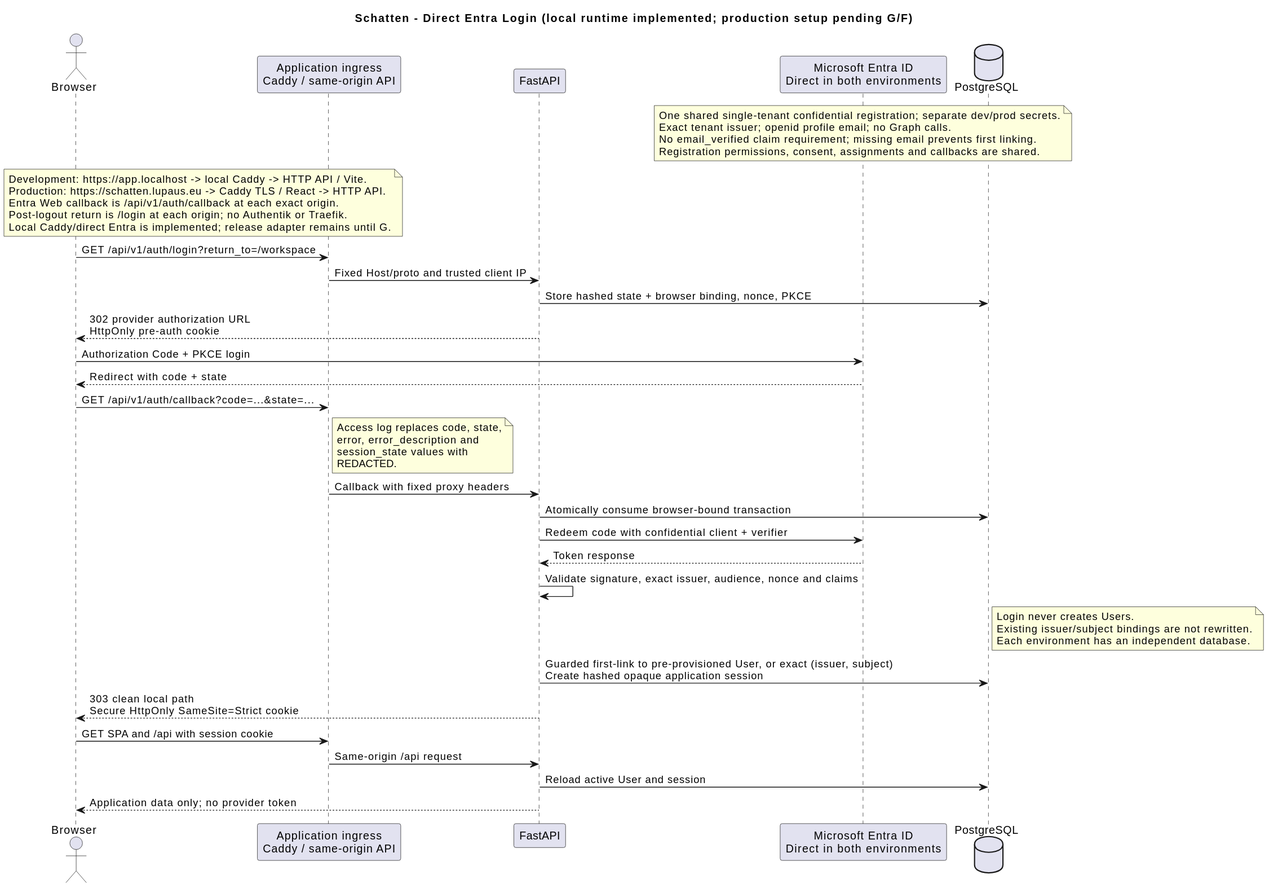
The PlantUML diagram docs/diagrams/generated/sequence-oidc-login.svg in lupaus-eu/shadow, before a commit.
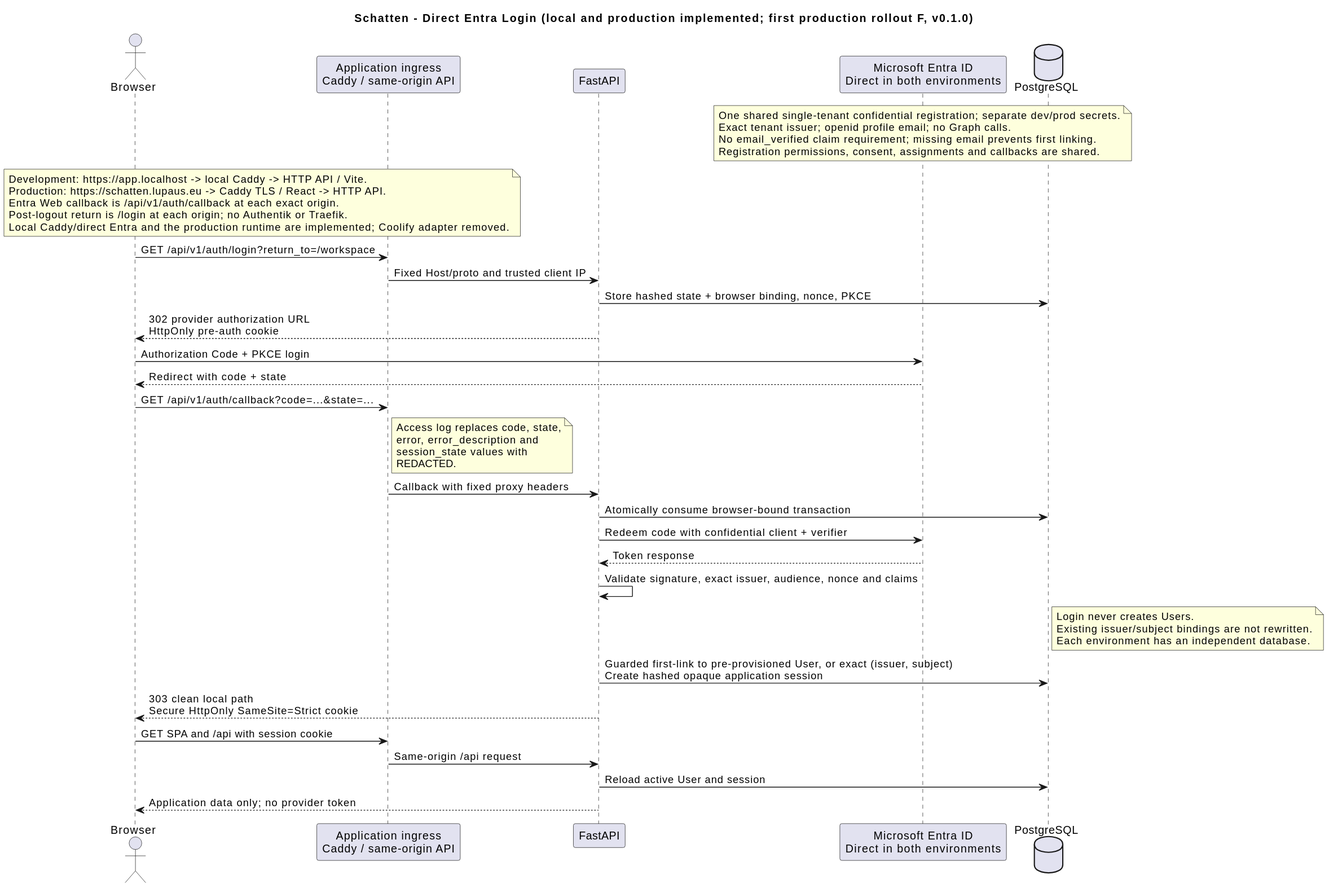
The same file after the commit.

Diff of the diagram source:
```diff
@@ -1,5 +1,5 @@
 @startuml
-title Schatten - Direct Entra Login (local runtime implemented; production setup pending G/F)
+title Schatten - Direct Entra Login (local and production implemented; first production rollout F, v0.1.0)
 
 actor Browser
 participant "Application ingress\nCaddy / same-origin API" as Caddy
@@ -19,7 +19,7 @@
   Production: https://schatten.lupaus.eu -> Caddy TLS / React -> HTTP API.
   Entra Web callback is /api/v1/auth/callback at each exact origin.
   Post-logout return is /login at each origin; no Authentik or Traefik.
-  Local Caddy/direct Entra is implemented; release adapter remains until G.
+  Local Caddy/direct Entra and the production runtime are implemented; Coolify adapter removed.
 end note
 
 Browser -> Caddy : GET /api/v1/auth/login?return_to=/workspace
```
